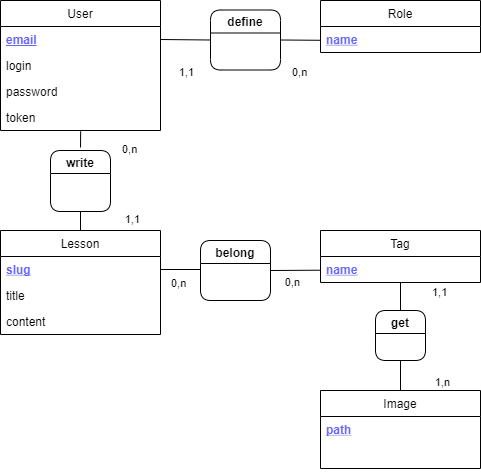
aviateur22/mylesson_v2_back keeps this draw.io diagram as data/MCD.drawio.png. Above is the earlier version. Source tidied: cells renumbered, new cells last; positions are measured from the earlier drawing's top-left corner, leaving out a move shared by most shapes. Source of this version:
```xml
<mxGraphModel>
  <root>
    <mxCell id="0" />
    <mxCell id="1" parent="0" />
    <mxCell id="2" value="User" style="swimlane;fontStyle=0;horizontal=1;startSize=26;" parent="1" vertex="1">
      <mxGeometry width="160" height="130" as="geometry" />
    </mxCell>
    <mxCell id="3" value="email" style="text;strokeColor=none;fillColor=none;align=left;verticalAlign=top;spacingLeft=4;spacingRight=4;overflow=hidden;points=[[0,0.5],[1,0.5]];portConstraint=eastwest;fontStyle=5;fontColor=#6666FF;html=1;" parent="2" vertex="1">
      <mxGeometry y="26" width="160" height="26" as="geometry" />
    </mxCell>
    <mxCell id="4" value="login" style="text;strokeColor=none;fillColor=none;align=left;verticalAlign=top;spacingLeft=4;spacingRight=4;overflow=hidden;points=[[0,0.5],[1,0.5]];portConstraint=eastwest;" parent="2" vertex="1">
      <mxGeometry y="52" width="160" height="26" as="geometry" />
    </mxCell>
    <mxCell id="5" value="password" style="text;strokeColor=none;fillColor=none;align=left;verticalAlign=top;spacingLeft=4;spacingRight=4;overflow=hidden;" parent="2" vertex="1">
      <mxGeometry y="78" width="160" height="26" as="geometry" />
    </mxCell>
    <mxCell id="6" value="token" style="text;strokeColor=none;fillColor=none;align=left;verticalAlign=top;spacingLeft=4;spacingRight=4;overflow=hidden;" parent="2" vertex="1">
      <mxGeometry y="104" width="160" height="26" as="geometry" />
    </mxCell>
    <mxCell id="7" value="Role" style="swimlane;fontStyle=0;horizontal=1;startSize=26;" parent="1" vertex="1">
      <mxGeometry x="320" width="160" height="52" as="geometry" />
    </mxCell>
    <mxCell id="8" value="name" style="text;strokeColor=none;fillColor=none;align=left;verticalAlign=top;spacingLeft=4;spacingRight=4;overflow=hidden;points=[[0,0.5],[1,0.5]];portConstraint=eastwest;fontStyle=5;fontColor=#6666FF;" parent="7" vertex="1">
      <mxGeometry y="26" width="160" height="26" as="geometry" />
    </mxCell>
    <mxCell id="9" value="Lesson" style="swimlane;fontStyle=0;horizontal=1;startSize=26;" parent="1" vertex="1">
      <mxGeometry y="230" width="160" height="104" as="geometry" />
    </mxCell>
    <mxCell id="10" value="slug" style="text;strokeColor=none;fillColor=none;align=left;verticalAlign=top;spacingLeft=4;spacingRight=4;overflow=hidden;fontStyle=5;fontColor=#6666FF;" parent="9" vertex="1">
      <mxGeometry y="26" width="160" height="26" as="geometry" />
    </mxCell>
    <mxCell id="11" value="title" style="text;strokeColor=none;fillColor=none;align=left;verticalAlign=top;spacingLeft=4;spacingRight=4;overflow=hidden;" parent="9" vertex="1">
      <mxGeometry y="52" width="160" height="26" as="geometry" />
    </mxCell>
    <mxCell id="12" value="content" style="text;strokeColor=none;fillColor=none;align=left;verticalAlign=top;spacingLeft=4;spacingRight=4;overflow=hidden;" parent="9" vertex="1">
      <mxGeometry y="78" width="160" height="26" as="geometry" />
    </mxCell>
    <mxCell id="13" value="Tag" style="swimlane;fontStyle=0;horizontal=1;startSize=26;" parent="1" vertex="1">
      <mxGeometry x="320" y="230" width="160" height="52" as="geometry" />
    </mxCell>
    <mxCell id="14" value="name" style="text;strokeColor=none;fillColor=none;align=left;verticalAlign=top;spacingLeft=4;spacingRight=4;overflow=hidden;points=[[0,0.5],[1,0.5]];portConstraint=eastwest;fontStyle=5;fontColor=#6666FF;" parent="13" vertex="1">
      <mxGeometry y="26" width="160" height="26" as="geometry" />
    </mxCell>
    <mxCell id="15" value="Image" style="swimlane;fontStyle=0;horizontal=1;startSize=26;" parent="1" vertex="1">
      <mxGeometry x="320" y="390" width="160" height="78" as="geometry" />
    </mxCell>
    <mxCell id="16" value="path" style="text;strokeColor=none;fillColor=none;align=left;verticalAlign=top;spacingLeft=4;spacingRight=4;overflow=hidden;fontStyle=5;fontColor=#6666FF;" parent="15" vertex="1">
      <mxGeometry y="26" width="160" height="26" as="geometry" />
    </mxCell>
    <mxCell id="17" value="name" style="text;strokeColor=none;fillColor=none;align=left;verticalAlign=top;spacingLeft=4;spacingRight=4;overflow=hidden;fontStyle=0;fontColor=#FFFFFF;" parent="15" vertex="1">
      <mxGeometry y="52" width="160" height="26" as="geometry" />
    </mxCell>
    <mxCell id="18" style="endArrow=none;html=1;entryX=0.501;entryY=0.994;entryDx=0;entryDy=0;entryPerimeter=0;endFill=0;" parent="1" edge="1">
      <mxGeometry relative="1" as="geometry">
        <mxPoint x="80" y="147" as="sourcePoint" />
        <mxPoint x="80.2" y="130.8" as="targetPoint" />
      </mxGeometry>
    </mxCell>
    <mxCell id="19" value="0,n" style="edgeLabel;html=1;align=left;verticalAlign=bottom;" parent="18" vertex="1">
      <mxGeometry x="-1" relative="1" as="geometry">
        <mxPoint x="40" y="10" as="offset" />
      </mxGeometry>
    </mxCell>
    <mxCell id="20" value="1,1" style="edgeLabel;html=1;align=right;verticalAlign=bottom;" parent="18" vertex="1">
      <mxGeometry x="1" relative="1" as="geometry">
        <mxPoint x="60" y="96" as="offset" />
      </mxGeometry>
    </mxCell>
    <mxCell id="21" style="endArrow=none;html=1;endFill=0;entryX=1;entryY=0.5;entryDx=0;entryDy=0;exitX=-0.005;exitY=0.527;exitDx=0;exitDy=0;exitPerimeter=0;" parent="1" edge="1" source="14" target="34">
      <mxGeometry relative="1" as="geometry" />
    </mxCell>
    <mxCell id="22" value="0,n" style="edgeLabel;html=1;align=left;verticalAlign=bottom;" parent="21" vertex="1">
      <mxGeometry x="-1" relative="1" as="geometry">
        <mxPoint x="-150" y="21" as="offset" />
      </mxGeometry>
    </mxCell>
    <mxCell id="23" value="0,n" style="edgeLabel;html=1;align=right;verticalAlign=bottom;" parent="21" vertex="1">
      <mxGeometry x="1" relative="1" as="geometry">
        <mxPoint x="30" y="20" as="offset" />
      </mxGeometry>
    </mxCell>
    <mxCell id="24" style="endArrow=none;html=1;exitX=0.5;exitY=1.007;exitDx=0;exitDy=0;exitPerimeter=0;endFill=0;entryX=0.5;entryY=0;entryDx=0;entryDy=0;" parent="1" edge="1" source="14" target="35">
      <mxGeometry relative="1" as="geometry" />
    </mxCell>
    <mxCell id="25" value="1,1" style="edgeLabel;html=1;align=left;verticalAlign=bottom;" parent="24" vertex="1">
      <mxGeometry x="-1" relative="1" as="geometry">
        <mxPoint x="30" y="18" as="offset" />
      </mxGeometry>
    </mxCell>
    <mxCell id="26" value="1,n" style="edgeLabel;html=1;align=right;verticalAlign=bottom;" parent="24" vertex="1">
      <mxGeometry x="1" relative="1" as="geometry">
        <mxPoint x="50" y="80" as="offset" />
      </mxGeometry>
    </mxCell>
    <mxCell id="27" style="endArrow=none;html=1;exitX=0.5;exitY=0;exitDx=0;exitDy=0;endFill=0;entryX=0.5;entryY=1;entryDx=0;entryDy=0;" parent="1" edge="1" source="15" target="35">
      <mxGeometry relative="1" as="geometry" />
    </mxCell>
    <mxCell id="28" style="endArrow=none;html=1;exitX=-0.003;exitY=0.53;exitDx=0;exitDy=0;endFill=0;entryX=1;entryY=0.5;entryDx=0;entryDy=0;exitPerimeter=0;" parent="1" edge="1" source="8" target="33">
      <mxGeometry relative="1" as="geometry" />
    </mxCell>
    <mxCell id="29" value="0,n" style="edgeLabel;html=1;align=left;verticalAlign=bottom;" parent="28" vertex="1">
      <mxGeometry x="-1" relative="1" as="geometry">
        <mxPoint x="-30" y="40" as="offset" />
      </mxGeometry>
    </mxCell>
    <mxCell id="30" value="1,1" style="edgeLabel;html=1;align=right;verticalAlign=bottom;" parent="28" vertex="1">
      <mxGeometry x="1" relative="1" as="geometry">
        <mxPoint x="-86" y="41" as="offset" />
      </mxGeometry>
    </mxCell>
    <mxCell id="31" style="endArrow=none;html=1;exitX=1;exitY=0.5;exitDx=0;exitDy=0;endFill=0;entryX=0;entryY=0.5;entryDx=0;entryDy=0;" parent="1" edge="1" source="3" target="33">
      <mxGeometry relative="1" as="geometry" />
    </mxCell>
    <mxCell id="32" style="endArrow=none;html=1;exitX=1;exitY=0.5;exitDx=0;exitDy=0;endFill=0;" parent="1" edge="1">
      <mxGeometry relative="1" as="geometry">
        <mxPoint x="160" y="269" as="sourcePoint" />
        <mxPoint x="200" y="269" as="targetPoint" />
      </mxGeometry>
    </mxCell>
    <mxCell id="33" value="define" style="swimlane;rounded=1;" parent="1" vertex="1">
      <mxGeometry x="210" y="9.5" width="70" height="60" as="geometry" />
    </mxCell>
    <mxCell id="34" value="belong" style="swimlane;rounded=1;" parent="1" vertex="1">
      <mxGeometry x="200" y="240" width="70" height="60" as="geometry" />
    </mxCell>
    <mxCell id="35" value="get" style="swimlane;rounded=1;" parent="1" vertex="1">
      <mxGeometry x="375" y="310" width="50" height="50" as="geometry" />
    </mxCell>
    <mxCell id="36" value="write" style="swimlane;rounded=1;" parent="1" vertex="1">
      <mxGeometry x="50" y="150" width="60" height="61" as="geometry" />
    </mxCell>
    <mxCell id="37" style="endArrow=none;html=1;entryX=0.5;entryY=1;entryDx=0;entryDy=0;exitX=0.5;exitY=0;exitDx=0;exitDy=0;" parent="1" edge="1" source="9" target="36">
      <mxGeometry relative="1" as="geometry" />
    </mxCell>
  </root>
</mxGraphModel>
```
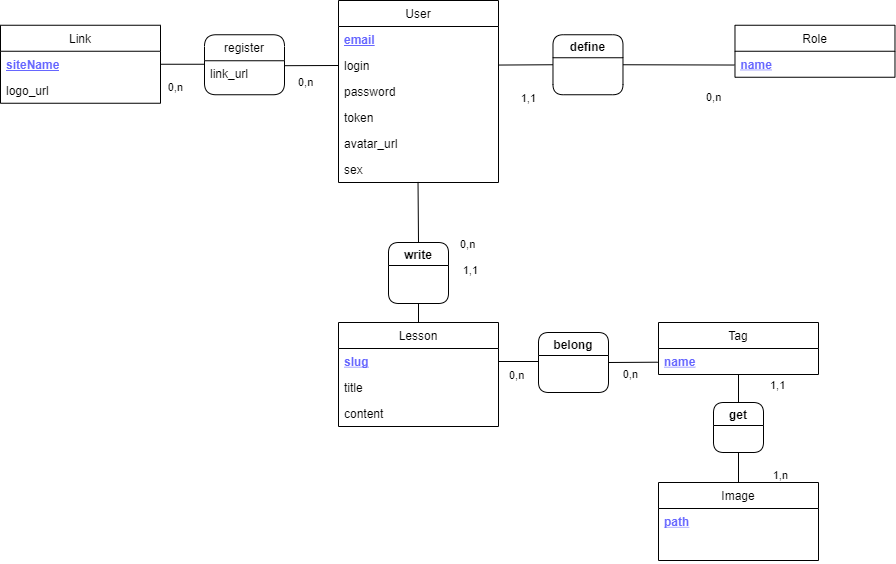
The same file after the commit.

What changed in the source:
```diff
@@ -3,7 +3,7 @@
     <mxCell id="0" />
     <mxCell id="1" parent="0" />
     <mxCell id="2" value="User" style="swimlane;fontStyle=0;horizontal=1;startSize=26;" parent="1" vertex="1">
-      <mxGeometry width="160" height="130" as="geometry" />
+      <mxGeometry y="-92" width="160" height="182" as="geometry" />
     </mxCell>
     <mxCell id="3" value="email" style="text;strokeColor=none;fillColor=none;align=left;verticalAlign=top;spacingLeft=4;spacingRight=4;overflow=hidden;points=[[0,0.5],[1,0.5]];portConstraint=eastwest;fontStyle=5;fontColor=#6666FF;html=1;" parent="2" vertex="1">
       <mxGeometry y="26" width="160" height="26" as="geometry" />
@@ -17,8 +17,14 @@
     <mxCell id="6" value="token" style="text;strokeColor=none;fillColor=none;align=left;verticalAlign=top;spacingLeft=4;spacingRight=4;overflow=hidden;" parent="2" vertex="1">
       <mxGeometry y="104" width="160" height="26" as="geometry" />
     </mxCell>
+    <mxCell id="38" value="avatar_url" style="text;strokeColor=none;fillColor=none;align=left;verticalAlign=top;spacingLeft=4;spacingRight=4;overflow=hidden;" parent="2" vertex="1">
+      <mxGeometry y="130" width="160" height="26" as="geometry" />
+    </mxCell>
+    <mxCell id="39" value="sex" style="text;strokeColor=none;fillColor=none;align=left;verticalAlign=top;spacingLeft=4;spacingRight=4;overflow=hidden;points=[[0,0.5],[1,0.5]];portConstraint=eastwest;" parent="2" vertex="1">
+      <mxGeometry y="156" width="160" height="26" as="geometry" />
+    </mxCell>
     <mxCell id="7" value="Role" style="swimlane;fontStyle=0;horizontal=1;startSize=26;" parent="1" vertex="1">
-      <mxGeometry x="320" width="160" height="52" as="geometry" />
+      <mxGeometry x="396.5" y="-67.2" width="160" height="52" as="geometry" />
     </mxCell>
     <mxCell id="8" value="name" style="text;strokeColor=none;fillColor=none;align=left;verticalAlign=top;spacingLeft=4;spacingRight=4;overflow=hidden;points=[[0,0.5],[1,0.5]];portConstraint=eastwest;fontStyle=5;fontColor=#6666FF;" parent="7" vertex="1">
       <mxGeometry y="26" width="160" height="26" as="geometry" />
@@ -50,11 +56,8 @@
     <mxCell id="17" value="name" style="text;strokeColor=none;fillColor=none;align=left;verticalAlign=top;spacingLeft=4;spacingRight=4;overflow=hidden;fontStyle=0;fontColor=#FFFFFF;" parent="15" vertex="1">
       <mxGeometry y="52" width="160" height="26" as="geometry" />
     </mxCell>
-    <mxCell id="18" style="endArrow=none;html=1;entryX=0.501;entryY=0.994;entryDx=0;entryDy=0;entryPerimeter=0;endFill=0;" parent="1" edge="1">
-      <mxGeometry relative="1" as="geometry">
-        <mxPoint x="80" y="147" as="sourcePoint" />
-        <mxPoint x="80.2" y="130.8" as="targetPoint" />
-      </mxGeometry>
+    <mxCell id="18" style="endArrow=none;html=1;entryX=0.497;entryY=0.979;entryDx=0;entryDy=0;entryPerimeter=0;endFill=0;exitX=0.5;exitY=0;exitDx=0;exitDy=0;" parent="1" edge="1" source="36" target="39">
+      <mxGeometry relative="1" as="geometry" />
     </mxCell>
     <mxCell id="19" value="0,n" style="edgeLabel;html=1;align=left;verticalAlign=bottom;" parent="18" vertex="1">
       <mxGeometry x="-1" relative="1" as="geometry">
@@ -108,7 +111,7 @@
         <mxPoint x="-86" y="41" as="offset" />
       </mxGeometry>
     </mxCell>
-    <mxCell id="31" style="endArrow=none;html=1;exitX=1;exitY=0.5;exitDx=0;exitDy=0;endFill=0;entryX=0;entryY=0.5;entryDx=0;entryDy=0;" parent="1" edge="1" source="3" target="33">
+    <mxCell id="31" style="endArrow=none;html=1;endFill=0;entryX=0;entryY=0.5;entryDx=0;entryDy=0;" parent="1" edge="1" source="4" target="33">
       <mxGeometry relative="1" as="geometry" />
     </mxCell>
     <mxCell id="32" style="endArrow=none;html=1;exitX=1;exitY=0.5;exitDx=0;exitDy=0;endFill=0;" parent="1" edge="1">
@@ -118,7 +121,7 @@
       </mxGeometry>
     </mxCell>
     <mxCell id="33" value="define" style="swimlane;rounded=1;" parent="1" vertex="1">
-      <mxGeometry x="210" y="9.5" width="70" height="60" as="geometry" />
+      <mxGeometry x="214.5" y="-57.8" width="70" height="60" as="geometry" />
     </mxCell>
     <mxCell id="34" value="belong" style="swimlane;rounded=1;" parent="1" vertex="1">
       <mxGeometry x="200" y="240" width="70" height="60" as="geometry" />
@@ -132,5 +135,38 @@
     <mxCell id="37" style="endArrow=none;html=1;entryX=0.5;entryY=1;entryDx=0;entryDy=0;exitX=0.5;exitY=0;exitDx=0;exitDy=0;" parent="1" edge="1" source="9" target="36">
       <mxGeometry relative="1" as="geometry" />
     </mxCell>
+    <mxCell id="40" value="Link" style="swimlane;fontStyle=0;horizontal=1;startSize=26;" parent="1" vertex="1">
+      <mxGeometry x="-338" y="-67.2" width="160" height="78" as="geometry" />
+    </mxCell>
+    <mxCell id="41" value="siteName" style="text;strokeColor=none;fillColor=none;align=left;verticalAlign=top;spacingLeft=4;spacingRight=4;overflow=hidden;points=[[0,0.5],[1,0.5]];portConstraint=eastwest;fontStyle=5;fontColor=#6666FF;html=1;" parent="40" vertex="1">
+      <mxGeometry y="26" width="160" height="26" as="geometry" />
+    </mxCell>
+    <mxCell id="42" value="logo_url" style="text;strokeColor=none;fillColor=none;align=left;verticalAlign=top;spacingLeft=4;spacingRight=4;overflow=hidden;" parent="40" vertex="1">
+      <mxGeometry y="52" width="160" height="26" as="geometry" />
+    </mxCell>
+    <mxCell id="43" value="register" style="swimlane;fontStyle=0;horizontal=1;startSize=26;rounded=1;" parent="1" vertex="1">
+      <mxGeometry x="-134" y="-57.8" width="80" height="60" as="geometry" />
+    </mxCell>
+    <mxCell id="44" value="link_url" style="text;strokeColor=none;fillColor=none;align=left;verticalAlign=top;spacingLeft=4;spacingRight=4;overflow=hidden;points=[[0,0.5],[1,0.5]];portConstraint=eastwest;" parent="43" vertex="1">
+      <mxGeometry y="26" width="80" height="34" as="geometry" />
+    </mxCell>
+    <mxCell id="45" style="endArrow=none;html=1;endFill=0;exitX=1.004;exitY=0.145;exitDx=0;exitDy=0;exitPerimeter=0;" parent="1" edge="1" source="44">
+      <mxGeometry relative="1" as="geometry">
+        <mxPoint y="-27" as="targetPoint" />
+      </mxGeometry>
+    </mxCell>
+    <mxCell id="46" style="endArrow=none;html=1;endFill=0;exitX=1;exitY=0.5;exitDx=0;exitDy=0;entryX=0.004;entryY=0.103;entryDx=0;entryDy=0;entryPerimeter=0;" parent="1" edge="1" source="41" target="44">
+      <mxGeometry relative="1" as="geometry" />
+    </mxCell>
+    <mxCell id="47" value="0,n" style="edgeLabel;html=1;align=right;verticalAlign=bottom;" parent="1" vertex="1">
+      <mxGeometry x="260" y="-27.7" as="geometry">
+        <mxPoint x="-415" y="30" as="offset" />
+      </mxGeometry>
+    </mxCell>
+    <mxCell id="48" value="0,n" style="edgeLabel;html=1;align=left;verticalAlign=bottom;" parent="1" vertex="1">
+      <mxGeometry x="-40" y="2.2" as="geometry">
+        <mxPoint x="-2" y="-5" as="offset" />
+      </mxGeometry>
+    </mxCell>
   </root>
 </mxGraphModel>
```
